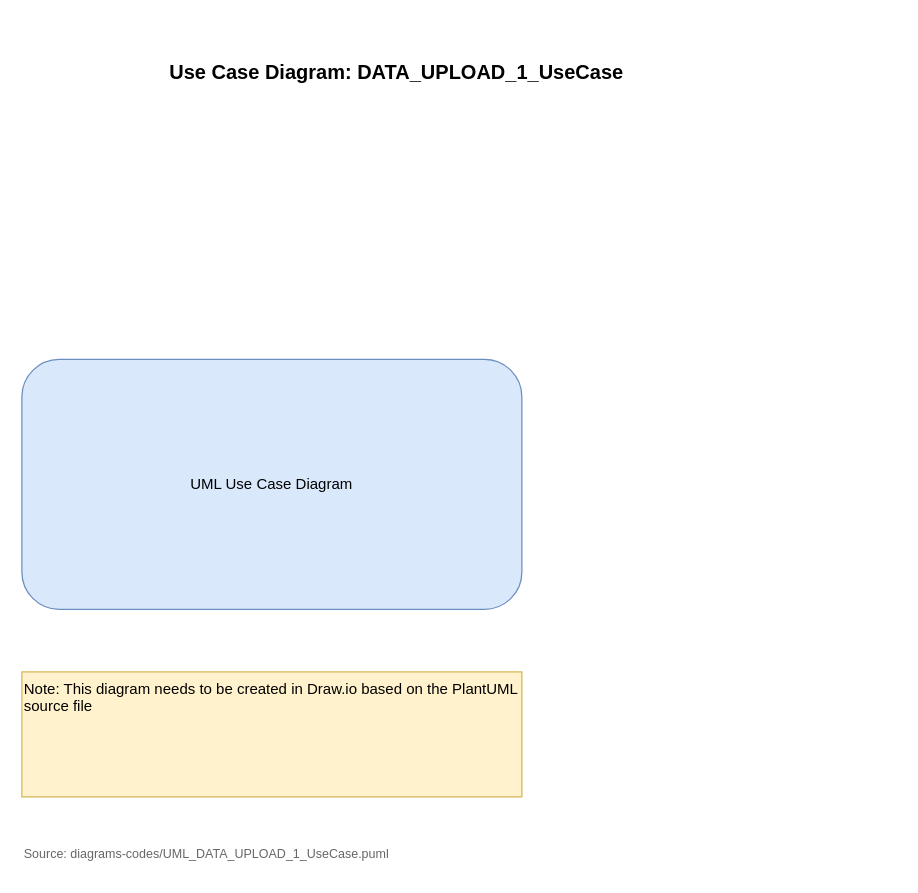
This is diagrams-codes/UML_DATA_UPLOAD_1_UseCase.drawio from Edisheri/system-engineering-playbook, a draw.io file, before an edit. Source tidied: cells renumbered, new cells numbered last; positions are measured from the earlier drawing's top-left corner, leaving out a move shared by most shapes. Both pictures are drawn from the tidied source at 125%, with x=0, y=0 at pixel (21, 46).
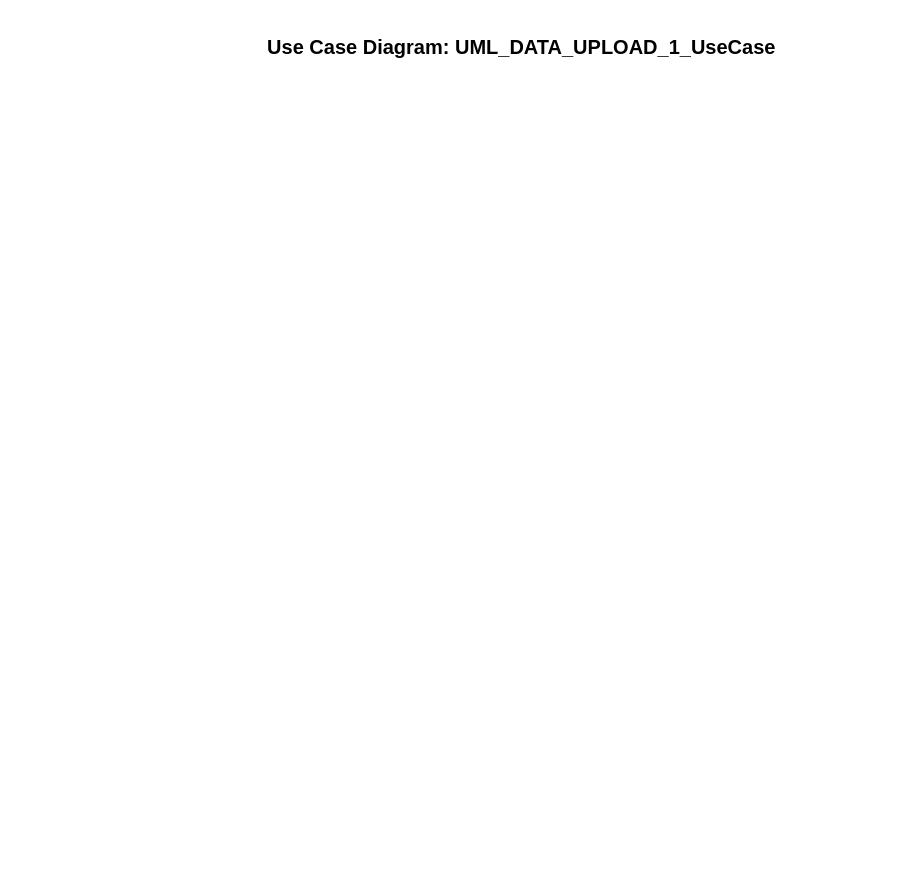
Above is the later version.

Change to the diagram source:
```diff
@@
 <mxGraphModel>
   <root>
     <mxCell id="0" />
     <mxCell id="1" parent="0" />
-    <mxCell id="2" value="Use Case Diagram: DATA_UPLOAD_1_UseCase" style="text;html=1;strokeColor=none;fillColor=none;align=center;verticalAlign=middle;whiteSpace=wrap;rounded=0;fontSize=16;fontStyle=1;" parent="1" vertex="1">
-      <mxGeometry x="100" width="400" height="40" as="geometry" />
-    </mxCell>
-    <mxCell id="3" value="UML Use Case Diagram" style="rounded=1;whiteSpace=wrap;html=1;fillColor=#dae8fc;strokeColor=#6c8ebf;" parent="1" vertex="1">
-      <mxGeometry y="250" width="400" height="200" as="geometry" />
-    </mxCell>
-    <mxCell id="4" value="Note: This diagram needs to be created in Draw.io based on the PlantUML source file" style="text;html=1;strokeColor=#d6b656;fillColor=#fff2cc;align=left;verticalAlign=top;whiteSpace=wrap;rounded=0;fontSize=12;" parent="1" vertex="1">
-      <mxGeometry y="500" width="400" height="100" as="geometry" />
-    </mxCell>
-    <mxCell id="5" value="Source: diagrams-codes/UML_DATA_UPLOAD_1_UseCase.puml" style="text;html=1;strokeColor=none;fillColor=none;align=left;verticalAlign=middle;whiteSpace=wrap;rounded=0;fontSize=10;fontColor=#666666;" parent="1" vertex="1">
-      <mxGeometry y="630" width="400" height="30" as="geometry" />
-    </mxCell>
+    <mxCell id="6" value="Use Case Diagram: UML_DATA_UPLOAD_1_UseCase" style="text;html=1;strokeColor=none;fillColor=none;align=center;verticalAlign=middle;whiteSpace=wrap;rounded=0;fontSize=16;fontStyle=1;" parent="1" vertex="1">
+      <mxGeometry x="100" y="-20" width="600" height="40" as="geometry" />
+    </mxCell>
   </root>
 </mxGraphModel>
```
